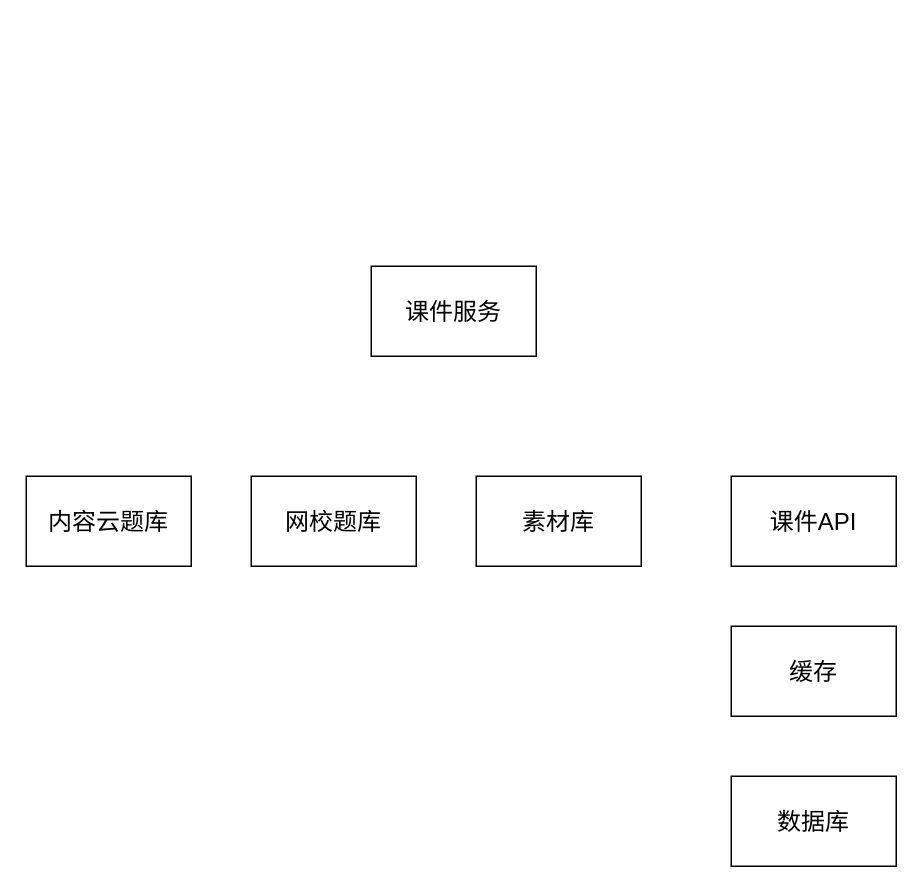
huanjiesm/courseware-draw keeps this draw.io diagram as doublealive.drawio. Above is the earlier version. Source tidied: cells renumbered, new cells numbered last; positions are measured from the earlier drawing's top-left corner, leaving out a move shared by most shapes. Both pictures are drawn from the tidied source at 150%, with x=0, y=0 at pixel (26, 266).
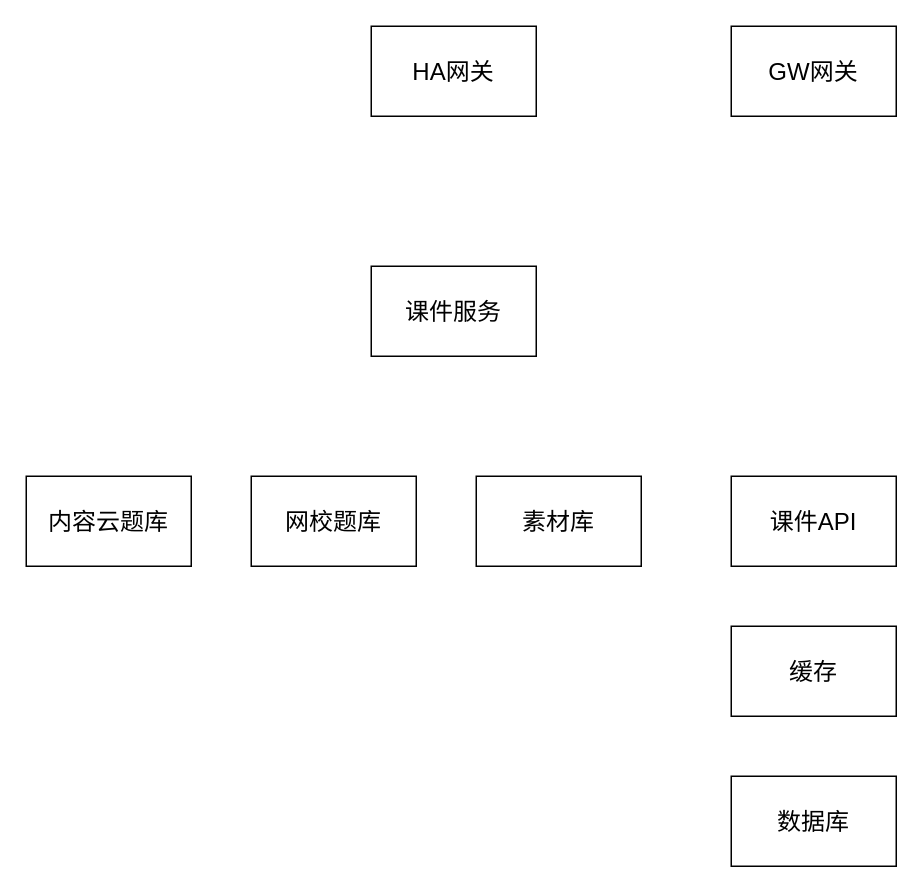
The same diagram, later.

What changed in the source:
```diff
@@
 <mxGraphModel>
   <root>
     <mxCell id="0" />
     <mxCell id="1" parent="0" />
     <mxCell id="2" value="课件服务" style="rounded=0;whiteSpace=wrap;html=1;fontSize=16;" parent="1" vertex="1">
       <mxGeometry x="230" width="110" height="60" as="geometry" />
     </mxCell>
     <mxCell id="3" value="课件API" style="rounded=0;whiteSpace=wrap;html=1;fontSize=16;" parent="1" vertex="1">
       <mxGeometry x="470" y="140" width="110" height="60" as="geometry" />
     </mxCell>
     <mxCell id="4" value="缓存" style="rounded=0;whiteSpace=wrap;html=1;fontSize=16;" parent="1" vertex="1">
       <mxGeometry x="470" y="240" width="110" height="60" as="geometry" />
     </mxCell>
     <mxCell id="5" value="数据库" style="rounded=0;whiteSpace=wrap;html=1;fontSize=16;" parent="1" vertex="1">
       <mxGeometry x="470" y="340" width="110" height="60" as="geometry" />
     </mxCell>
     <mxCell id="6" value="素材库" style="rounded=0;whiteSpace=wrap;html=1;fontSize=16;" parent="1" vertex="1">
       <mxGeometry x="300" y="140" width="110" height="60" as="geometry" />
     </mxCell>
     <mxCell id="7" value="网校题库" style="rounded=0;whiteSpace=wrap;html=1;fontSize=16;" parent="1" vertex="1">
       <mxGeometry x="150" y="140" width="110" height="60" as="geometry" />
     </mxCell>
     <mxCell id="8" value="内容云题库" style="rounded=0;whiteSpace=wrap;html=1;fontSize=16;" parent="1" vertex="1">
       <mxGeometry y="140" width="110" height="60" as="geometry" />
     </mxCell>
+    <mxCell id="9" value="HA网关" style="rounded=0;whiteSpace=wrap;html=1;fontSize=16;" parent="1" vertex="1">
+      <mxGeometry x="230" y="-160" width="110" height="60" as="geometry" />
+    </mxCell>
+    <mxCell id="10" value="GW网关" style="rounded=0;whiteSpace=wrap;html=1;fontSize=16;" parent="1" vertex="1">
+      <mxGeometry x="470" y="-160" width="110" height="60" as="geometry" />
+    </mxCell>
   </root>
 </mxGraphModel>
```
